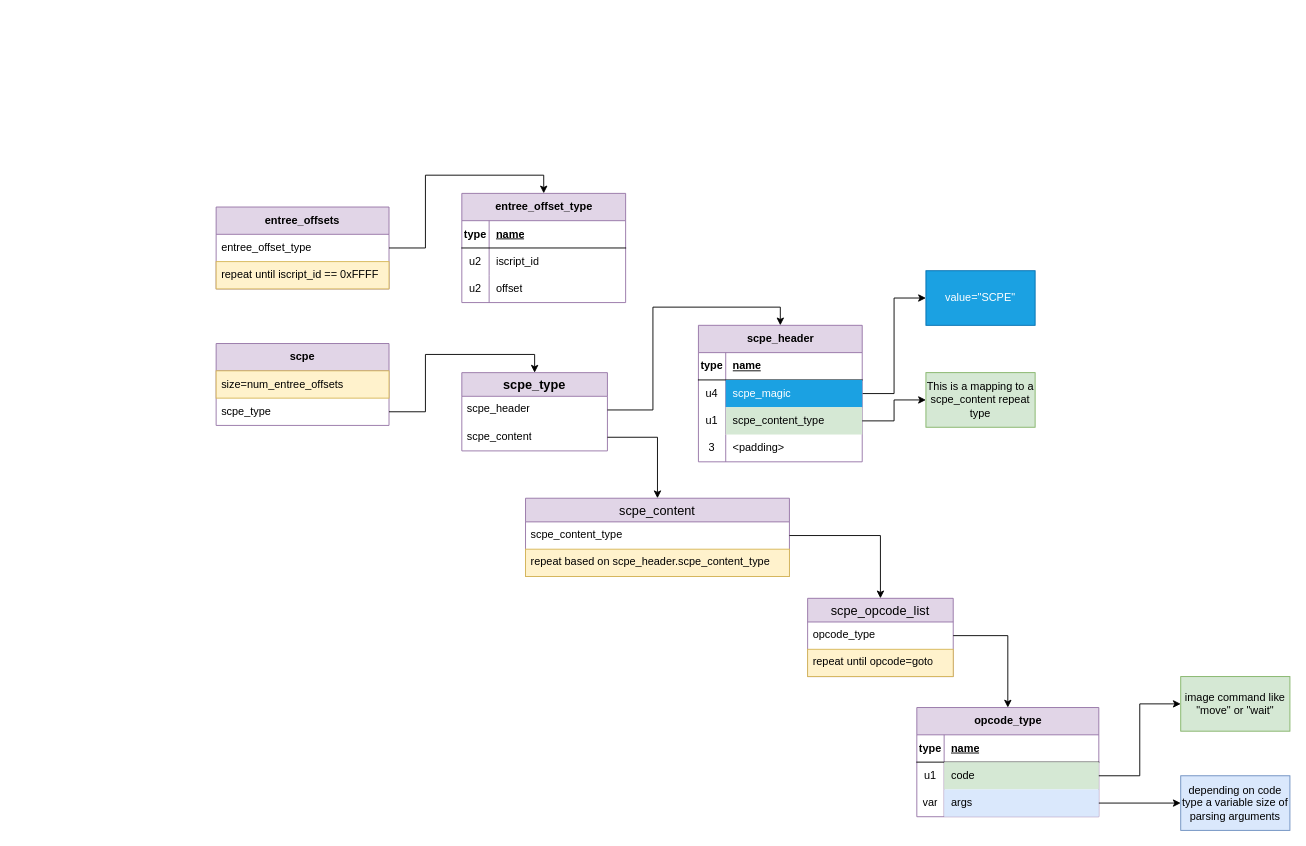
andreas-volz/stargus keeps this draw.io diagram as doc/iscript_bin.drawio. Above is the earlier version. Source tidied: cells renumbered, new cells numbered last; positions are measured from the earlier drawing's top-left corner, leaving out a move shared by most shapes. Both pictures are drawn from the tidied source at 91%, with x=0, y=0 at pixel (216, 193).
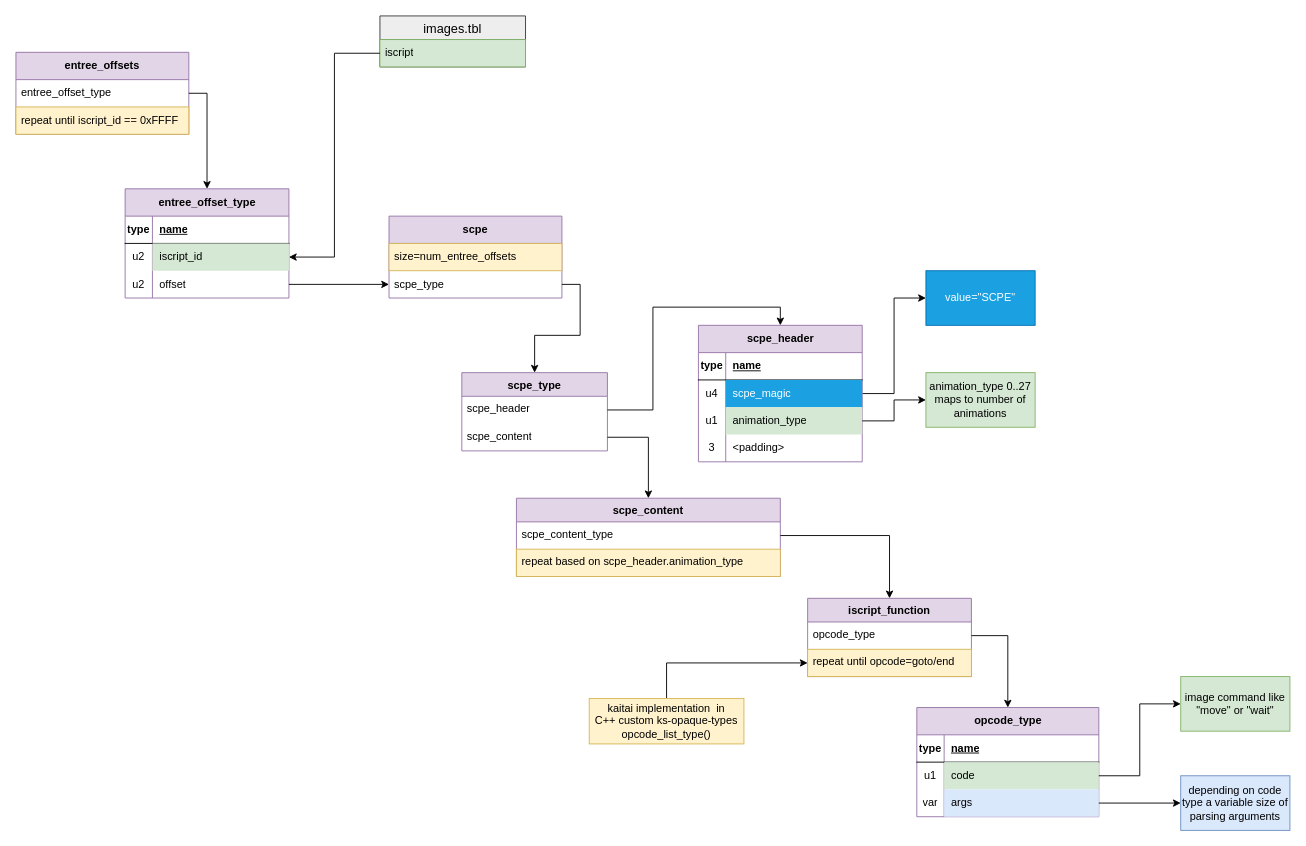
Above is the later version.

Unchanged cells that the change refers to:
```xml
<mxCell id="9" style="shape=tableRow;horizontal=0;startSize=0;swimlaneHead=0;swimlaneBody=0;fillColor=none;points=[[0,0.5],[1,0.5]];portConstraint=eastwest;top=0;left=0;right=0;bottom=0;" parent="5" vertex="1">
  <mxGeometry y="60" width="180" height="30" as="geometry" />
</mxCell>
<mxCell id="12" style="shape=tableRow;horizontal=0;startSize=0;swimlaneHead=0;swimlaneBody=0;fillColor=none;points=[[0,0.5],[1,0.5]];portConstraint=eastwest;top=0;left=0;right=0;bottom=0;" parent="5" vertex="1">
  <mxGeometry y="90" width="180" height="30" as="geometry" />
</mxCell>
<mxCell id="18" value="scpe_type" style="text;strokeColor=none;fillColor=none;align=left;verticalAlign=middle;spacingLeft=4;spacingRight=4;overflow=hidden;points=[[0,0.5],[1,0.5]];portConstraint=eastwest;whiteSpace=wrap;html=1;" parent="16" vertex="1">
  <mxGeometry y="60" width="190" height="30" as="geometry" />
</mxCell>
<mxCell id="27" style="shape=tableRow;horizontal=0;startSize=0;swimlaneHead=0;swimlaneBody=0;fillColor=none;points=[[0,0.5],[1,0.5]];portConstraint=eastwest;top=0;left=0;right=0;bottom=0;" parent="20" vertex="1">
  <mxGeometry y="90" width="180" height="30" as="geometry" />
</mxCell>
```

What changed in the source:
```diff
@@
     <mxCell id="2" value="&lt;b&gt;entree_offsets&lt;/b&gt;" style="swimlane;fontStyle=0;horizontal=1;startSize=30;whiteSpace=wrap;html=1;fillColor=#e1d5e7;strokeColor=#9673a6;" parent="1" vertex="1">
-      <mxGeometry y="15" width="190" height="90" as="geometry" />
+      <mxGeometry x="-220" y="-155" width="190" height="90" as="geometry" />
     </mxCell>
@@
     <mxCell id="5" value="entree_offset_type" style="shape=table;startSize=30;childLayout=tableLayout;rowLines=0;fontStyle=1;align=center;html=1;fillColor=#e1d5e7;strokeColor=#9673a6;" parent="1" vertex="1">
-      <mxGeometry x="270" width="180" height="120" as="geometry" />
+      <mxGeometry x="-100" y="-5" width="180" height="120" as="geometry" />
     </mxCell>
@@
-    <mxCell id="11" value="iscript_id" style="shape=partialRectangle;fillColor=none;top=0;left=0;bottom=0;right=0;align=left;spacingLeft=6;overflow=hidden;whiteSpace=wrap;html=1;" parent="9" vertex="1">
+    <mxCell id="11" value="iscript_id" style="shape=partialRectangle;fillColor=#d5e8d4;top=0;left=0;bottom=0;right=0;align=left;spacingLeft=6;overflow=hidden;whiteSpace=wrap;html=1;strokeColor=#82b366;" parent="9" vertex="1">
       <mxGeometry x="30" width="150" height="30" as="geometry" />
     </mxCell>
@@
     <mxCell id="16" value="&lt;b&gt;scpe&lt;/b&gt;" style="swimlane;fontStyle=0;horizontal=1;startSize=30;whiteSpace=wrap;html=1;fillColor=#e1d5e7;strokeColor=#9673a6;" parent="1" vertex="1">
-      <mxGeometry y="165" width="190" height="90" as="geometry" />
+      <mxGeometry x="190" y="25" width="190" height="90" as="geometry" />
     </mxCell>
@@
-    <mxCell id="29" value="scpe_content_type" style="shape=partialRectangle;fillColor=#d5e8d4;top=0;left=0;bottom=0;right=0;align=left;spacingLeft=6;overflow=hidden;whiteSpace=wrap;html=1;strokeColor=#82b366;" parent="27" vertex="1">
+    <mxCell id="29" value="animation_type" style="shape=partialRectangle;fillColor=#d5e8d4;top=0;left=0;bottom=0;right=0;align=left;spacingLeft=6;overflow=hidden;whiteSpace=wrap;html=1;strokeColor=#82b366;" parent="27" vertex="1">
       <mxGeometry x="30" width="150" height="30" as="geometry" />
     </mxCell>
@@
-    <mxCell id="33" value="scpe_type" style="swimlane;fontStyle=1;horizontal=1;startSize=26;align=center;fontSize=14;fillColor=#e1d5e7;strokeColor=#9673a6;" parent="1" vertex="1">
+    <mxCell id="33" value="scpe_type" style="swimlane;fontStyle=1;horizontal=1;startSize=26;align=center;fontSize=12;fillColor=#e1d5e7;strokeColor=#9673a6;" parent="1" vertex="1">
       <mxGeometry x="270" y="197" width="160" height="86" as="geometry" />
     </mxCell>
@@
-    <mxCell id="38" value="scpe_content" style="swimlane;fontStyle=0;horizontal=1;startSize=26;align=center;fontSize=14;fillColor=#e1d5e7;strokeColor=#9673a6;" parent="1" vertex="1">
-      <mxGeometry x="340" y="335" width="290" height="86" as="geometry" />
+    <mxCell id="38" value="scpe_content" style="swimlane;fontStyle=1;horizontal=1;startSize=26;align=center;fontSize=12;fillColor=#e1d5e7;strokeColor=#9673a6;" parent="1" vertex="1">
+      <mxGeometry x="330" y="335" width="290" height="86" as="geometry" />
     </mxCell>
@@
-    <mxCell id="40" value="repeat based on&amp;nbsp;&lt;span style=&quot;text-align: center; text-wrap: nowrap;&quot;&gt;scpe_header.&lt;/span&gt;scpe_content_type" style="text;strokeColor=#d6b656;fillColor=#fff2cc;spacingLeft=4;spacingRight=4;overflow=hidden;fontSize=12;whiteSpace=wrap;html=1;" parent="38" vertex="1">
+    <mxCell id="40" value="repeat based on&amp;nbsp;&lt;span style=&quot;text-align: center; text-wrap: nowrap;&quot;&gt;scpe_header.&lt;/span&gt;animation_type" style="text;strokeColor=#d6b656;fillColor=#fff2cc;spacingLeft=4;spacingRight=4;overflow=hidden;fontSize=12;whiteSpace=wrap;html=1;" parent="38" vertex="1">
       <mxGeometry y="56" width="290" height="30" as="geometry" />
     </mxCell>
@@
-    <mxCell id="42" value="This is a mapping to a scpe_content repeat type" style="rounded=0;whiteSpace=wrap;html=1;fillColor=#d5e8d4;strokeColor=#82b366;" parent="1" vertex="1">
+    <mxCell id="42" value="animation_type 0..27 maps to number of animations" style="rounded=0;whiteSpace=wrap;html=1;fillColor=#d5e8d4;strokeColor=#82b366;" parent="1" vertex="1">
       <mxGeometry x="780" y="197" width="120" height="60" as="geometry" />
     </mxCell>
@@
-    <mxCell id="44" value="scpe_opcode_list" style="swimlane;fontStyle=0;horizontal=1;startSize=26;align=center;fontSize=14;fillColor=#e1d5e7;strokeColor=#9673a6;" parent="1" vertex="1">
-      <mxGeometry x="650" y="445" width="160" height="86" as="geometry" />
+    <mxCell id="44" value="iscript_function" style="swimlane;fontStyle=1;horizontal=1;startSize=26;align=center;fontSize=12;fillColor=#e1d5e7;strokeColor=#9673a6;" parent="1" vertex="1">
+      <mxGeometry x="650" y="445" width="180" height="86" as="geometry" />
     </mxCell>
     <mxCell id="45" value="opcode_type" style="text;strokeColor=none;fillColor=none;spacingLeft=4;spacingRight=4;overflow=hidden;points=[[0,0.5],[1,0.5]];portConstraint=eastwest;fontSize=12;whiteSpace=wrap;html=1;" parent="44" vertex="1">
-      <mxGeometry y="26" width="160" height="30" as="geometry" />
+      <mxGeometry y="26" width="180" height="30" as="geometry" />
     </mxCell>
-    <mxCell id="46" value="repeat until opcode=goto" style="text;strokeColor=#d6b656;fillColor=#fff2cc;spacingLeft=4;spacingRight=4;overflow=hidden;points=[[0,0.5],[1,0.5]];portConstraint=eastwest;fontSize=12;whiteSpace=wrap;html=1;" parent="44" vertex="1">
-      <mxGeometry y="56" width="160" height="30" as="geometry" />
+    <mxCell id="46" value="repeat until opcode=goto/end" style="text;strokeColor=#d6b656;fillColor=#fff2cc;spacingLeft=4;spacingRight=4;overflow=hidden;points=[[0,0.5],[1,0.5]];portConstraint=eastwest;fontSize=12;whiteSpace=wrap;html=1;" parent="44" vertex="1">
+      <mxGeometry y="56" width="180" height="30" as="geometry" />
     </mxCell>
@@
+    <mxCell id="64" value="images.tbl" style="swimlane;fontStyle=0;horizontal=1;startSize=26;align=center;fontSize=14;fillColor=#eeeeee;strokeColor=#36393d;" parent="1" vertex="1">
+      <mxGeometry x="180" y="-195" width="160" height="56" as="geometry" />
+    </mxCell>
+    <mxCell id="65" value="iscript" style="text;strokeColor=#82b366;fillColor=#d5e8d4;spacingLeft=4;spacingRight=4;overflow=hidden;points=[[0,0.5],[1,0.5]];portConstraint=eastwest;fontSize=12;whiteSpace=wrap;html=1;" parent="64" vertex="1">
+      <mxGeometry y="26" width="160" height="30" as="geometry" />
+    </mxCell>
+    <mxCell id="66" style="edgeStyle=orthogonalEdgeStyle;rounded=0;jettySize=auto;html=1;exitX=0;exitY=0.5;exitDx=0;exitDy=0;entryX=1;entryY=0.5;entryDx=0;entryDy=0;" parent="1" edge="1" source="65" target="9">
+      <mxGeometry relative="1" as="geometry" />
+    </mxCell>
+    <mxCell id="67" style="edgeStyle=orthogonalEdgeStyle;rounded=0;jettySize=auto;html=1;entryX=0;entryY=0.5;entryDx=0;entryDy=0;" parent="1" edge="1" source="12" target="18">
+      <mxGeometry relative="1" as="geometry" />
+    </mxCell>
+    <mxCell id="68" style="edgeStyle=orthogonalEdgeStyle;rounded=0;jettySize=auto;html=1;entryX=0;entryY=0.5;entryDx=0;entryDy=0;" parent="1" edge="1" source="69" target="46">
+      <mxGeometry relative="1" as="geometry" />
+    </mxCell>
+    <mxCell id="69" value="kaitai implementation&amp;nbsp; in C++&amp;nbsp;custom ks-opaque-types opcode_list_type()" style="rounded=0;whiteSpace=wrap;html=1;fillColor=#fff2cc;strokeColor=#d6b656;" parent="1" vertex="1">
+      <mxGeometry x="410" y="555" width="170" height="50" as="geometry" />
+    </mxCell>
```
